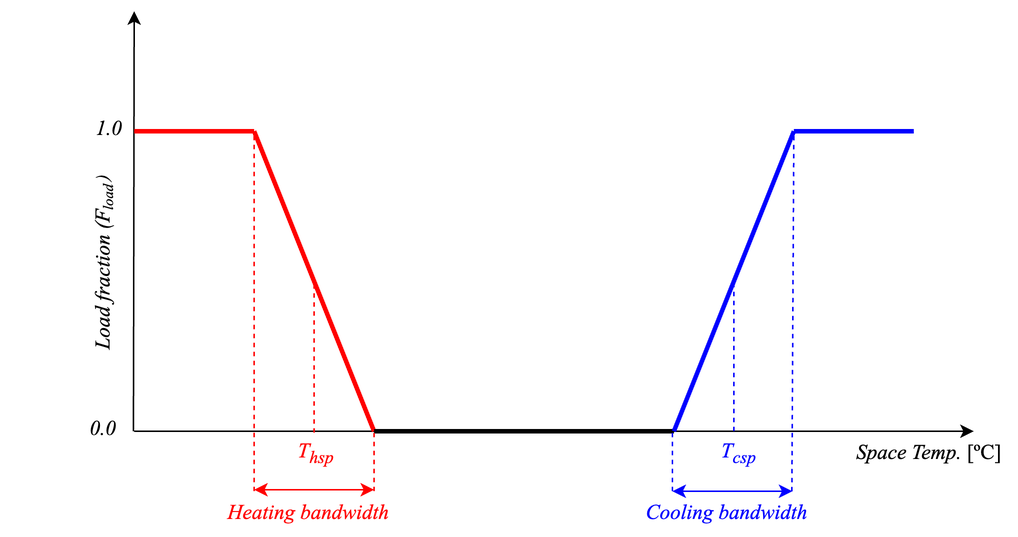
jfCoronel/OpenSimula keeps this draw.io diagram as mkdocs/img/control_type_temperature.png. Above is the earlier version. Source tidied: cells renumbered, new cells last; positions are measured from the earlier drawing's top-left corner, leaving out a move shared by most shapes.
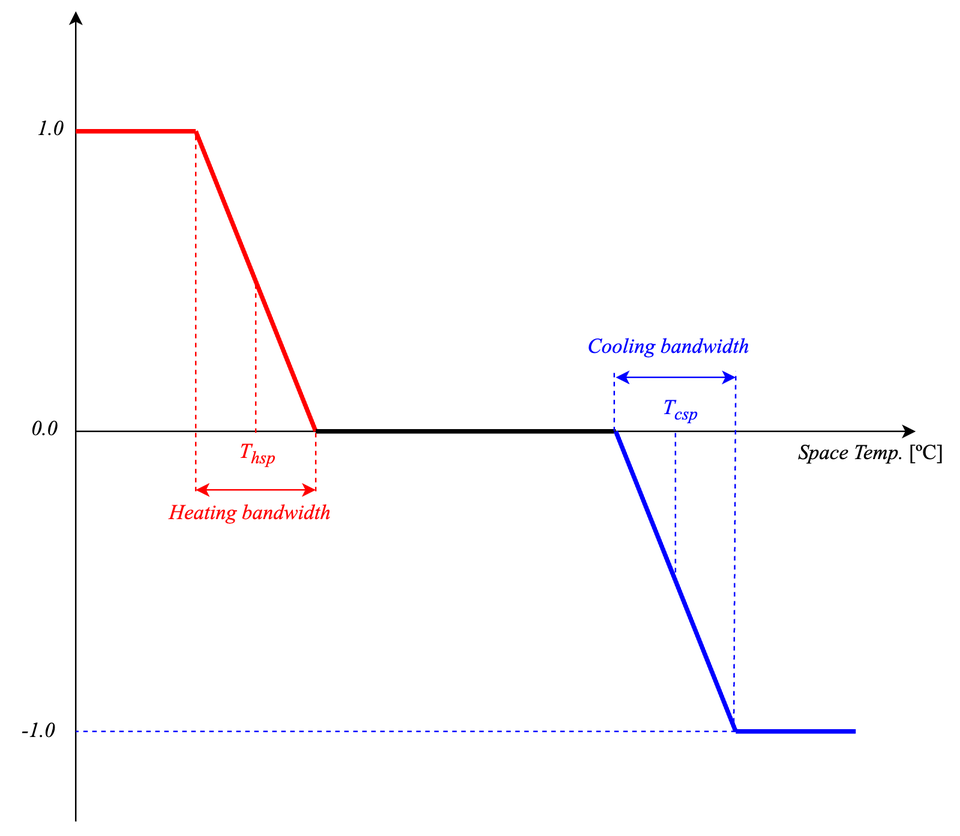
Later version of the same file.

Change to the diagram source:
```diff
@@ -10,19 +10,20 @@
     </mxCell>
     <mxCell id="3" style="endArrow=classic;html=1;rounded=0;" parent="1" edge="1">
       <mxGeometry relative="1" as="geometry">
-        <mxPoint x="88.5" y="280" as="sourcePoint" />
+        <mxPoint x="89" y="540" as="sourcePoint" />
         <mxPoint x="89" as="targetPoint" />
       </mxGeometry>
     </mxCell>
     <mxCell id="4" style="endArrow=none;dashed=1;html=1;rounded=0;strokeColor=#0000FF;" parent="1" edge="1">
       <mxGeometry relative="1" as="geometry">
-        <mxPoint x="489" y="280" as="sourcePoint" />
-        <mxPoint x="489" y="180" as="targetPoint" />
+        <mxPoint x="488.8" y="380" as="sourcePoint" />
+        <mxPoint x="488.8" y="280" as="targetPoint" />
       </mxGeometry>
     </mxCell>
-    <mxCell id="5" style="endArrow=none;dashed=1;html=1;rounded=0;strokeColor=#0000FF;exitX=0.836;exitY=0.003;exitDx=0;exitDy=0;exitPerimeter=0;" parent="1" edge="1" source="20">
+    <mxCell id="5" style="endArrow=none;dashed=1;html=1;rounded=0;strokeColor=#0000FF;exitX=0.836;exitY=0.003;exitDx=0;exitDy=0;exitPerimeter=0;" parent="1" edge="1">
       <mxGeometry relative="1" as="geometry">
-        <mxPoint x="529" y="80" as="targetPoint" />
+        <mxPoint x="527.7" y="480.1" as="sourcePoint" />
+        <mxPoint x="529" y="240" as="targetPoint" />
       </mxGeometry>
     </mxCell>
     <mxCell id="6" style="endArrow=none;dashed=1;html=1;rounded=0;strokeColor=#FF0000;" parent="1" edge="1">
@@ -57,18 +58,18 @@
     </mxCell>
     <mxCell id="11" style="endArrow=none;html=1;rounded=0;strokeWidth=3;strokeColor=#0000FF;" parent="1" edge="1">
       <mxGeometry relative="1" as="geometry">
-        <mxPoint x="529" y="80" as="sourcePoint" />
+        <mxPoint x="529" y="480" as="sourcePoint" />
         <mxPoint x="449" y="280" as="targetPoint" />
       </mxGeometry>
     </mxCell>
     <mxCell id="12" style="endArrow=none;html=1;rounded=0;strokeWidth=3;strokeColor=#0000FF;" parent="1" edge="1">
       <mxGeometry relative="1" as="geometry">
-        <mxPoint x="529" y="80" as="sourcePoint" />
-        <mxPoint x="609" y="80" as="targetPoint" />
+        <mxPoint x="529" y="480" as="sourcePoint" />
+        <mxPoint x="609" y="480" as="targetPoint" />
       </mxGeometry>
     </mxCell>
     <mxCell id="13" value="&lt;font face=&quot;Times New Roman&quot; style=&quot;font-size: 14px;&quot;&gt;&lt;i style=&quot;&quot;&gt;T&lt;sub style=&quot;&quot;&gt;csp&lt;/sub&gt;&lt;/i&gt;&lt;/font&gt;" style="text;html=1;align=center;verticalAlign=middle;strokeColor=none;fillColor=none;fontColor=#0000FF;" parent="1" vertex="1">
-      <mxGeometry x="467" y="280" width="50" height="30" as="geometry" />
+      <mxGeometry x="467" y="251" width="50" height="30" as="geometry" />
     </mxCell>
     <mxCell id="14" value="&lt;font face=&quot;Times New Roman&quot;&gt;&lt;span style=&quot;font-size: 14px;&quot;&gt;&lt;i&gt;Space Temp. &lt;/i&gt;[ºC]&lt;/span&gt;&lt;/font&gt;" style="text;html=1;align=center;verticalAlign=middle;strokeColor=none;fillColor=none;" parent="1" vertex="1">
       <mxGeometry x="559" y="280" width="120" height="30" as="geometry" />
@@ -93,27 +94,32 @@
     </mxCell>
     <mxCell id="19" style="endArrow=classic;startArrow=classic;html=1;rounded=0;fontColor=#0000FF;strokeColor=#0000FF;" parent="1" edge="1">
       <mxGeometry relative="1" as="geometry">
-        <mxPoint x="448" y="320" as="sourcePoint" />
-        <mxPoint x="528" y="320" as="targetPoint" />
+        <mxPoint x="449" y="244" as="sourcePoint" />
+        <mxPoint x="529" y="244" as="targetPoint" />
       </mxGeometry>
     </mxCell>
     <mxCell id="20" value="&lt;font face=&quot;Times New Roman&quot;&gt;&lt;span style=&quot;font-size: 14px;&quot;&gt;&lt;i&gt;Cooling bandwidth&lt;/i&gt;&lt;/span&gt;&lt;/font&gt;" style="text;html=1;align=center;verticalAlign=middle;points=[];strokeColor=none;fillColor=none;fontColor=#0000FF;" parent="1" vertex="1">
-      <mxGeometry x="419" y="320" width="130" height="30" as="geometry" />
+      <mxGeometry x="419" y="209" width="130" height="30" as="geometry" />
     </mxCell>
     <mxCell id="21" style="endArrow=none;dashed=1;html=1;rounded=0;strokeColor=#0000FF;" parent="1" edge="1">
       <mxGeometry relative="1" as="geometry">
-        <mxPoint x="448" y="320" as="sourcePoint" />
-        <mxPoint x="448" y="280" as="targetPoint" />
+        <mxPoint x="448" y="280" as="sourcePoint" />
+        <mxPoint x="448" y="240" as="targetPoint" />
       </mxGeometry>
     </mxCell>
-    <mxCell id="22" value="&lt;font face=&quot;Times New Roman&quot;&gt;&lt;i style=&quot;&quot;&gt;&lt;span style=&quot;font-size: 14px;&quot;&gt;Load fraction (F&lt;/span&gt;&lt;span style=&quot;font-size: 11.6667px;&quot;&gt;&lt;sub&gt;load&amp;nbsp;&lt;/sub&gt;)&lt;/span&gt;&lt;/i&gt;&lt;/font&gt;" style="text;html=1;align=center;verticalAlign=middle;strokeColor=none;fillColor=none;textDirection=vertical-lr;rotation=-180;" parent="1" vertex="1">
-      <mxGeometry y="140" width="140" height="30" as="geometry" />
+    <mxCell id="22" value="&lt;font face=&quot;Times New Roman&quot;&gt;&lt;span style=&quot;font-size: 14px;&quot;&gt;&lt;i&gt;1.0&lt;/i&gt;&lt;/span&gt;&lt;/font&gt;" style="text;html=1;align=center;verticalAlign=middle;strokeColor=none;fillColor=none;" parent="1" vertex="1">
+      <mxGeometry x="52" y="64" width="40" height="30" as="geometry" />
     </mxCell>
-    <mxCell id="23" value="&lt;font face=&quot;Times New Roman&quot;&gt;&lt;span style=&quot;font-size: 14px;&quot;&gt;&lt;i&gt;1.0&lt;/i&gt;&lt;/span&gt;&lt;/font&gt;" style="text;html=1;align=center;verticalAlign=middle;strokeColor=none;fillColor=none;" parent="1" vertex="1">
-      <mxGeometry x="52" y="64" width="40" height="30" as="geometry" />
+    <mxCell id="23" value="&lt;font face=&quot;Times New Roman&quot;&gt;&lt;span style=&quot;font-size: 14px;&quot;&gt;&lt;i&gt;0.0&lt;/i&gt;&lt;/span&gt;&lt;/font&gt;" style="text;html=1;align=center;verticalAlign=middle;strokeColor=none;fillColor=none;" parent="1" vertex="1">
+      <mxGeometry x="48" y="264" width="40" height="30" as="geometry" />
     </mxCell>
-    <mxCell id="24" value="&lt;font face=&quot;Times New Roman&quot;&gt;&lt;span style=&quot;font-size: 14px;&quot;&gt;&lt;i&gt;0.0&lt;/i&gt;&lt;/span&gt;&lt;/font&gt;" style="text;html=1;align=center;verticalAlign=middle;points=[];strokeColor=none;fillColor=none;" parent="1" vertex="1">
-      <mxGeometry x="48" y="264" width="40" height="30" as="geometry" />
+    <mxCell id="24" value="&lt;font face=&quot;Times New Roman&quot;&gt;&lt;span style=&quot;font-size: 14px;&quot;&gt;&lt;i&gt;-1.0&lt;/i&gt;&lt;/span&gt;&lt;/font&gt;" style="text;html=1;align=center;verticalAlign=middle;points=[];strokeColor=none;fillColor=none;" parent="1" vertex="1">
+      <mxGeometry x="39" y="465" width="50" height="30" as="geometry" />
     </mxCell>
+    <mxCell id="25" style="endArrow=none;dashed=1;html=1;rounded=0;strokeColor=#0000FF;" parent="1" edge="1" target="24">
+      <mxGeometry relative="1" as="geometry">
+        <mxPoint x="529" y="480" as="sourcePoint" />
+      </mxGeometry>
+    </mxCell>
   </root>
 </mxGraphModel>
```
